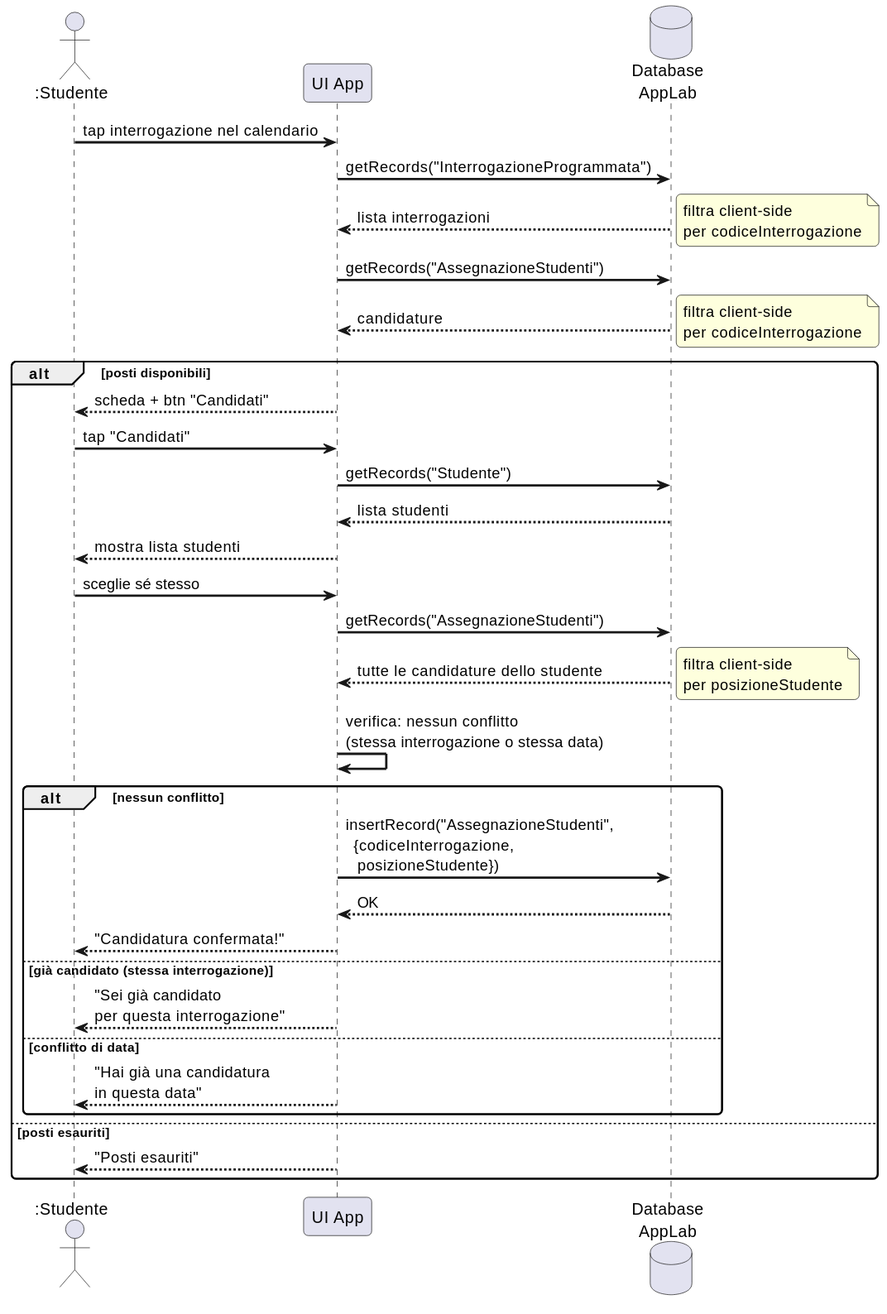
This is images/sd-candidatura.svg from gionatamassibenincasa/study-together, a PlantUML export, as it was before one commit.
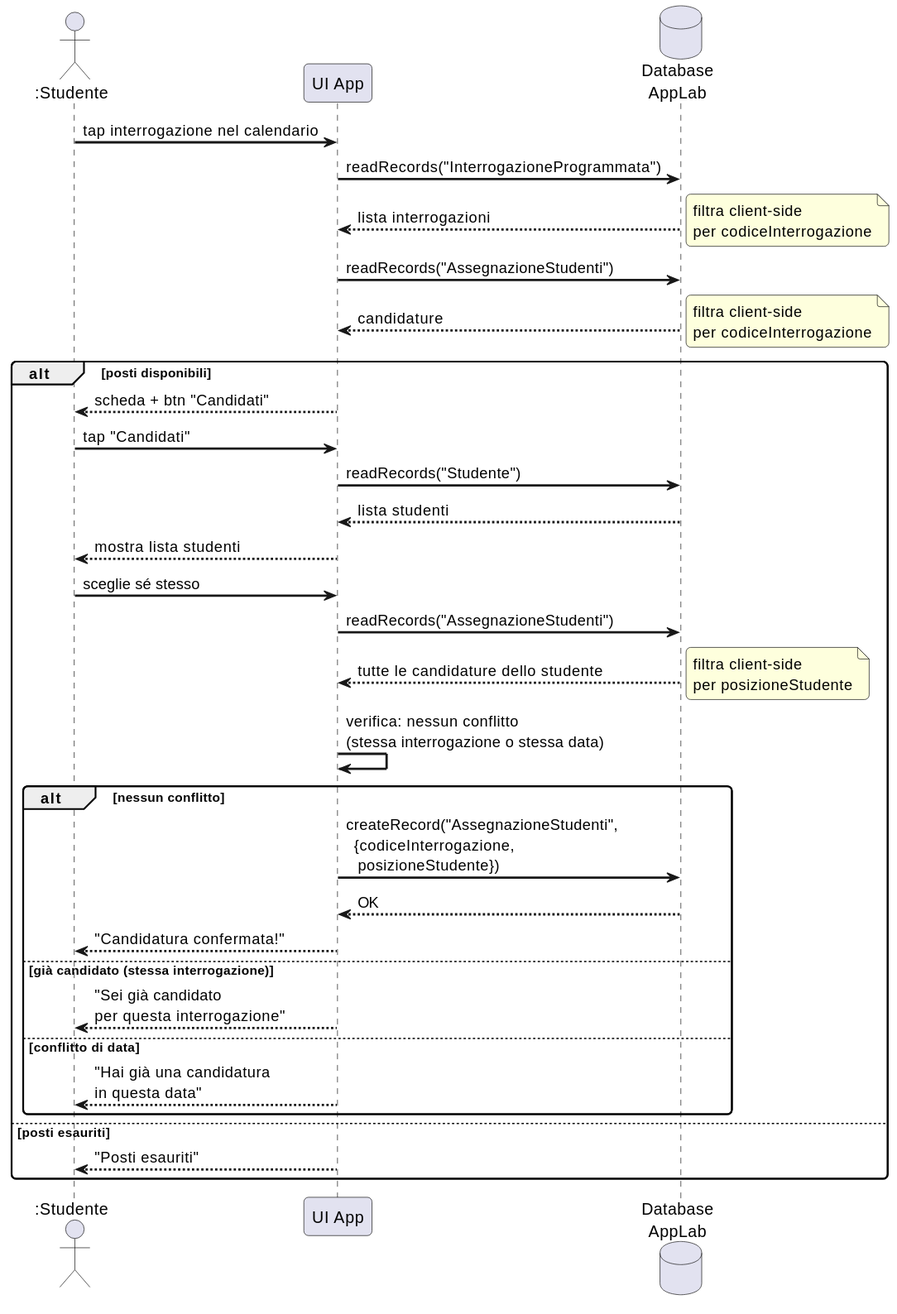
Later version of the same file.

Diff of the diagram source:
```diff
@@ -7,29 +7,29 @@
 database "Database\nAppLab" as DB
 
 S -> UI : tap interrogazione nel calendario
-UI -> DB : getRecords("InterrogazioneProgrammata")
+UI -> DB : readRecords("InterrogazioneProgrammata")
 DB --> UI : lista interrogazioni
 note right: filtra client-side\nper codiceInterrogazione
 
-UI -> DB : getRecords("AssegnazioneStudenti")
+UI -> DB : readRecords("AssegnazioneStudenti")
 DB --> UI : candidature
 note right: filtra client-side\nper codiceInterrogazione
 
 alt posti disponibili
   UI --> S : scheda + btn "Candidati"
   S -> UI : tap "Candidati"
-  UI -> DB : getRecords("Studente")
+  UI -> DB : readRecords("Studente")
   DB --> UI : lista studenti
   UI --> S : mostra lista studenti
 
   S -> UI : sceglie sé stesso
-  UI -> DB : getRecords("AssegnazioneStudenti")
+  UI -> DB : readRecords("AssegnazioneStudenti")
   DB --> UI : tutte le candidature dello studente
   note right: filtra client-side\nper posizioneStudente
   UI -> UI : verifica: nessun conflitto\n(stessa interrogazione o stessa data)
 
   alt nessun conflitto
-    UI -> DB : insertRecord("AssegnazioneStudenti",\n  {codiceInterrogazione,\n   posizioneStudente})
+    UI -> DB : createRecord("AssegnazioneStudenti",\n  {codiceInterrogazione,\n   posizioneStudente})
     DB --> UI : OK
     UI --> S : "Candidatura confermata!"
   else già candidato (stessa interrogazione)
```
